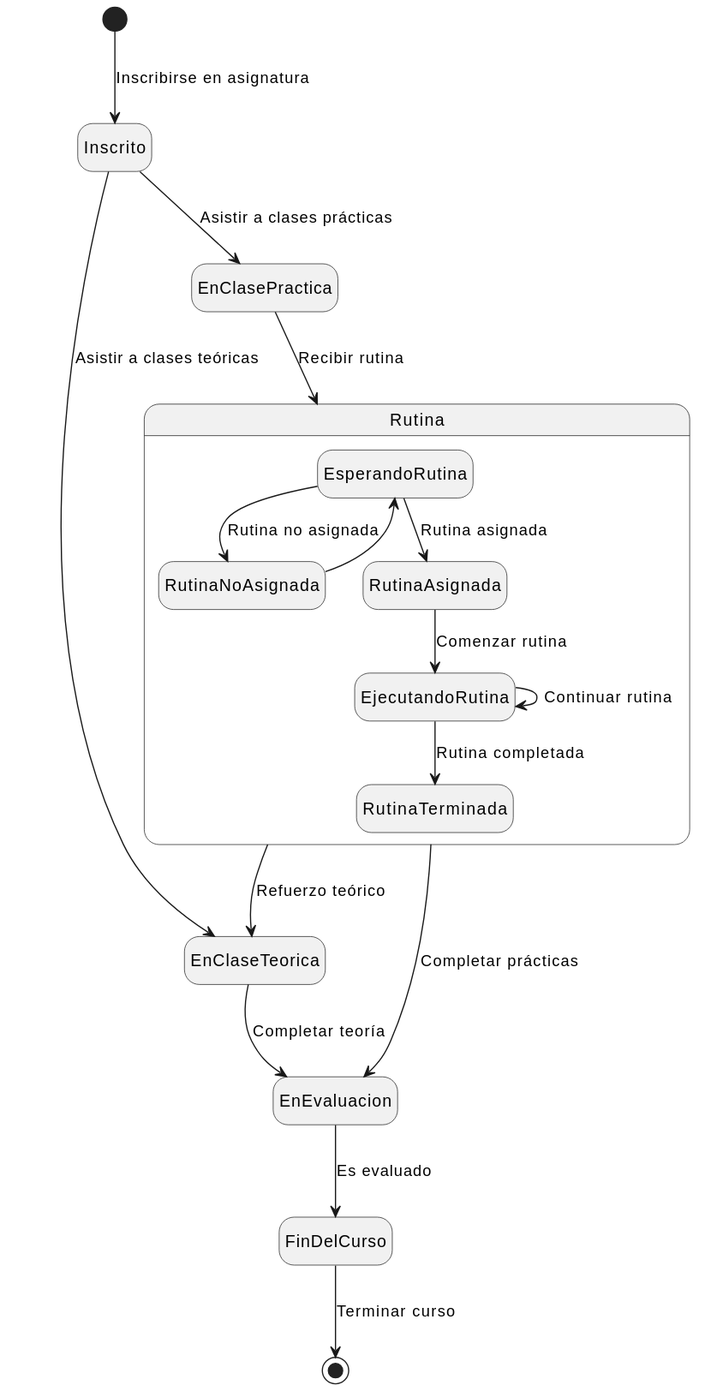
This is Documentos/Imagenes/DiagramaEstados/cicloDeVidaAlumno.svg from mmasias/24-25-IdSw1-SDR, a PlantUML export, as it was before one commit. The source it was exported from:
```plantuml
@startuml
hide empty description

[*] --> Inscrito : Inscribirse en asignatura
Inscrito --> EnClaseTeorica : Asistir a clases teóricas
Inscrito --> EnClasePractica : Asistir a clases prácticas

EnClaseTeorica --> EnEvaluacion : Completar teoría
EnClasePractica --> Rutina : Recibir rutina

state Rutina {
    EsperandoRutina --> RutinaNoAsignada : Rutina no asignada
    EsperandoRutina --> RutinaAsignada : Rutina asignada
    RutinaNoAsignada --> EsperandoRutina
    RutinaAsignada --> EjecutandoRutina : Comenzar rutina
    EjecutandoRutina --> EjecutandoRutina : Continuar rutina
    EjecutandoRutina --> RutinaTerminada : Rutina completada
}

Rutina --> EnEvaluacion : Completar prácticas
Rutina --> EnClaseTeorica : Refuerzo teórico

EnEvaluacion --> FinDelCurso : Es evaluado
FinDelCurso --> [*] : Terminar curso
@enduml
```
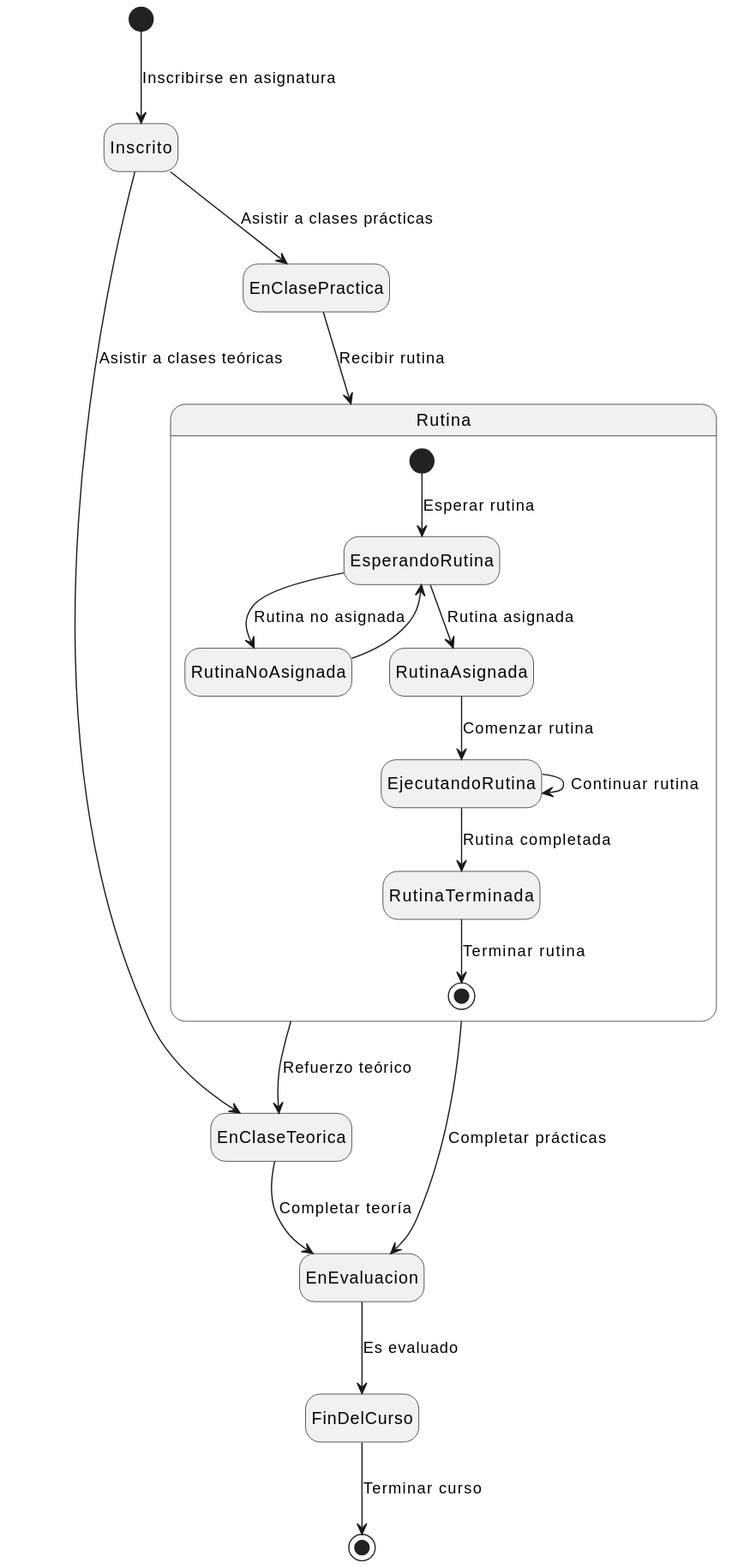
After the change.

Commit message:
Ciclo vida alumno

The edit, as a diff of the source:
```diff
@@ -9,12 +9,14 @@
 EnClasePractica --> Rutina : Recibir rutina
 
 state Rutina {
+    [*] --> EsperandoRutina : Esperar rutina
     EsperandoRutina --> RutinaNoAsignada : Rutina no asignada
     EsperandoRutina --> RutinaAsignada : Rutina asignada
     RutinaNoAsignada --> EsperandoRutina
     RutinaAsignada --> EjecutandoRutina : Comenzar rutina
     EjecutandoRutina --> EjecutandoRutina : Continuar rutina
     EjecutandoRutina --> RutinaTerminada : Rutina completada
+    RutinaTerminada --> [*] : Terminar rutina
 }
 
 Rutina --> EnEvaluacion : Completar prácticas
```
